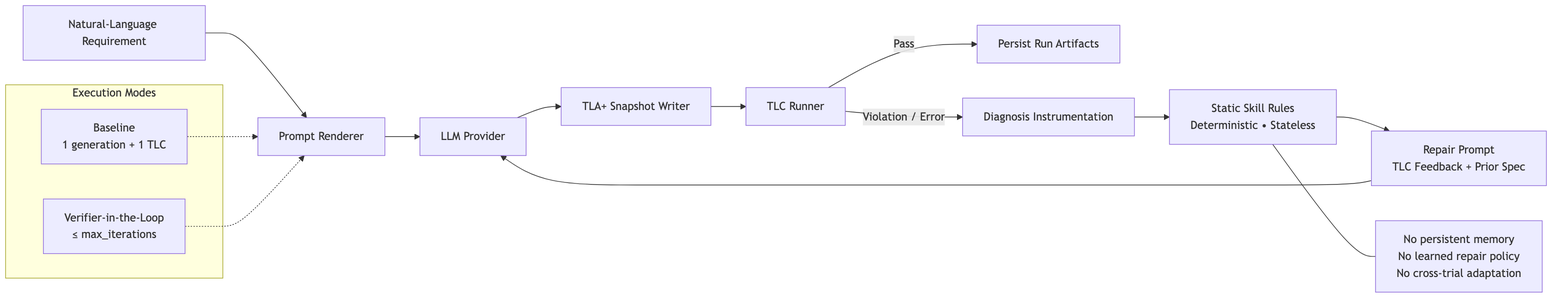
Earlier version of the Mermaid export images/agentic-loop-nasa.png (Prof-it/formal-verification). Its source is kept beside it as images/agentic-loop-nasa.mmd. The source it was exported from:
```mermaid
flowchart TD
    R["Natural-Language Requirement"] --> P["Prompt Renderer"]
    P --> G["LLM Provider"]
    G --> S["TLA+ Snapshot Writer"]
    S --> T["TLC Runner"]

    T -->|Pass| O["Persist Run Artifacts"]
    T -->|Violation / Error| D["Diagnosis Instrumentation"]

    D --> K["Static Skill Rules<br/>Deterministic • Stateless"]
    K --> RP["Repair Prompt<br/>TLC Feedback + Prior Spec"]
    RP --> G

    subgraph "Execution Modes"
        BL["Baseline<br/>1 generation + 1 TLC"]
        LP["Verifier-in-the-Loop<br/>≤ max_iterations"]
    end

    BL -.-> P
    LP -.-> P

    M["No persistent memory<br/>No learned repair policy<br/>No cross-trial adaptation"]

    K --- M
```
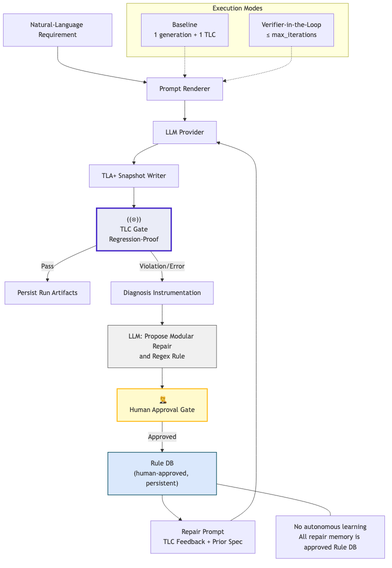
After the commit.

The edit, as a diff of the source:
```diff
@@ -1,24 +1,29 @@
 flowchart TD
     R["Natural-Language Requirement"] --> P["Prompt Renderer"]
-    P --> G["LLM Provider"]
-    G --> S["TLA+ Snapshot Writer"]
-    S --> T["TLC Runner"]
-
-    T -->|Pass| O["Persist Run Artifacts"]
-    T -->|Violation / Error| D["Diagnosis Instrumentation"]
-
-    D --> K["Static Skill Rules<br/>Deterministic • Stateless"]
-    K --> RP["Repair Prompt<br/>TLC Feedback + Prior Spec"]
-    RP --> G
-
     subgraph "Execution Modes"
         BL["Baseline<br/>1 generation + 1 TLC"]
         LP["Verifier-in-the-Loop<br/>≤ max_iterations"]
     end
-
     BL -.-> P
     LP -.-> P
+    P --> G["LLM Provider"]
 
-    M["No persistent memory<br/>No learned repair policy<br/>No cross-trial adaptation"]
+    G --> S["TLA+ Snapshot Writer"]
+    S --> TGATE["((⊗))<br/>TLC Gate<br/>Regression-Proof"]
 
-    K --- M
+    TGATE -->|Pass| O["Persist Run Artifacts"]
+
+    TGATE -->|Violation/Error| D["Diagnosis Instrumentation"]
+    D --> LLM_SKILL["LLM: Propose Modular Repair<br/>and Regex Rule"]
+    LLM_SKILL --> HA["🧑‍⚖️<br/>Human Approval Gate"]
+    HA -->|Approved| RULES["Rule DB<br/>(human-approved, persistent)"]
+    RULES --> RP["Repair Prompt<br/>TLC Feedback + Prior Spec"]
+    RP --> G
+
+    PERSIST["No autonomous learning<br/>All repair memory is approved Rule DB"]
+    RULES --- PERSIST
+
+    style TGATE fill:#EAECF7,stroke:#4223C7,stroke-width:3px
+    style HA fill:#FFFACD,stroke:#FFB300,stroke-width:2px
+    style LLM_SKILL fill:#F0F0F0,stroke:#444,stroke-width:1px
+    style RULES fill:#DAE8FC,stroke:#156,stroke-width:1.5px
```
